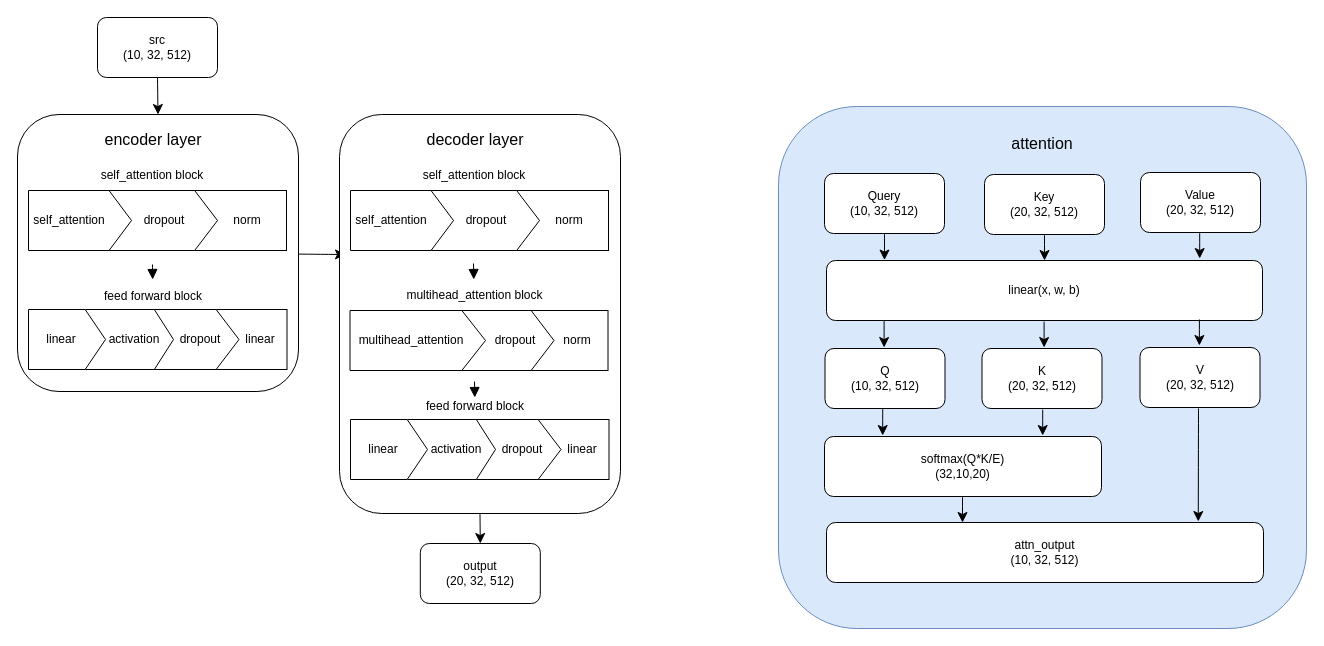
This is torch_trans1.drawio from wxxsusie/files, a draw.io file, before an edit. Source tidied: cells renumbered, new cells numbered last; positions are measured from the earlier drawing's top-left corner, leaving out a move shared by most shapes. Both pictures are drawn from the tidied source at 100%, with x=0, y=0 at pixel (17, 17).
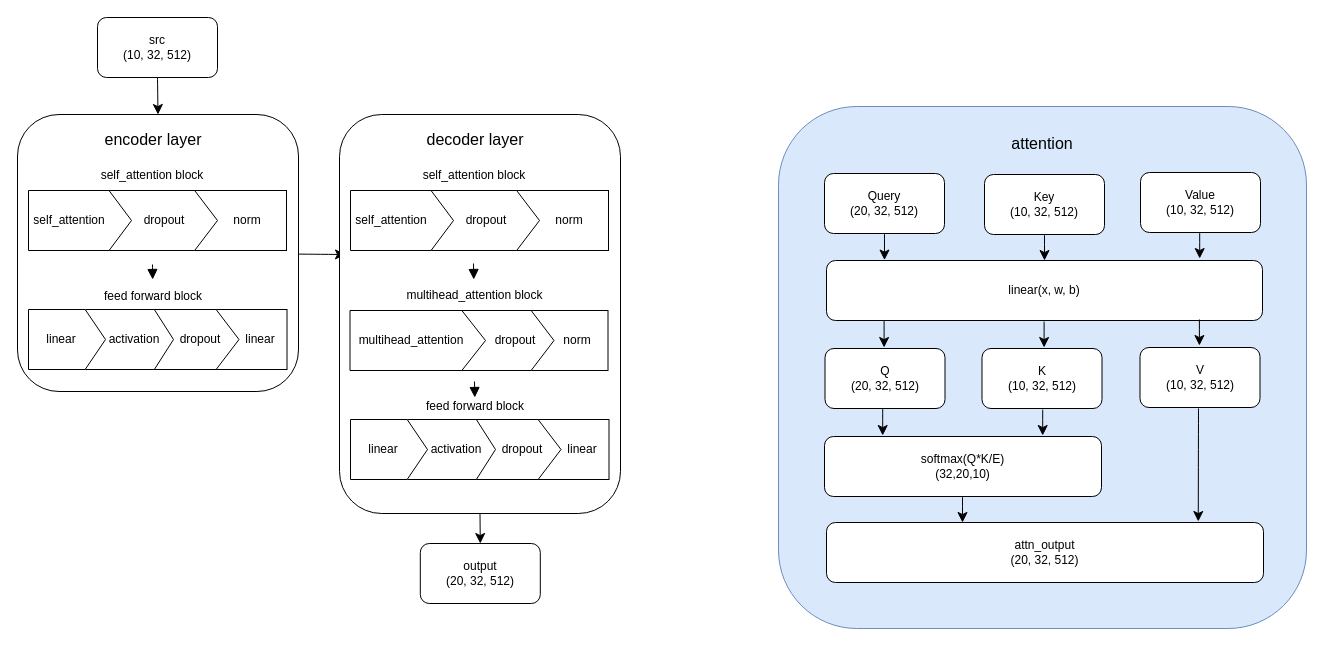
The same diagram, later.

The edit, as a diff of the source:
```diff
@@
-    <mxCell id="54" value="Query&lt;br&gt;(10, 32, 512)" style="rounded=1;whiteSpace=wrap;html=1;" parent="1" vertex="1">
+    <mxCell id="54" value="Query&lt;br&gt;(20, 32, 512)" style="rounded=1;whiteSpace=wrap;html=1;" parent="1" vertex="1">
       <mxGeometry x="807" y="156" width="120" height="60" as="geometry" />
     </mxCell>
-    <mxCell id="55" value="Key&lt;br&gt;(20, 32, 512)" style="rounded=1;whiteSpace=wrap;html=1;" parent="1" vertex="1">
+    <mxCell id="55" value="Key&lt;br&gt;(10, 32, 512)" style="rounded=1;whiteSpace=wrap;html=1;" parent="1" vertex="1">
       <mxGeometry x="967" y="157" width="120" height="60" as="geometry" />
     </mxCell>
-    <mxCell id="56" value="Value&lt;br&gt;(20, 32, 512)" style="rounded=1;whiteSpace=wrap;html=1;" parent="1" vertex="1">
+    <mxCell id="56" value="Value&lt;br&gt;(10, 32, 512)" style="rounded=1;whiteSpace=wrap;html=1;" parent="1" vertex="1">
       <mxGeometry x="1123" y="155" width="120" height="60" as="geometry" />
     </mxCell>
@@
-    <mxCell id="58" value="Q&lt;br&gt;(10, 32, 512)" style="rounded=1;whiteSpace=wrap;html=1;" parent="1" vertex="1">
+    <mxCell id="58" value="Q&lt;br&gt;(20, 32, 512)" style="rounded=1;whiteSpace=wrap;html=1;" parent="1" vertex="1">
       <mxGeometry x="807.5" y="331" width="120" height="60" as="geometry" />
     </mxCell>
-    <mxCell id="59" value="K&lt;br&gt;(20, 32, 512)" style="rounded=1;whiteSpace=wrap;html=1;" parent="1" vertex="1">
+    <mxCell id="59" value="K&lt;br&gt;(10, 32, 512)" style="rounded=1;whiteSpace=wrap;html=1;" parent="1" vertex="1">
       <mxGeometry x="964.5" y="331" width="120" height="60" as="geometry" />
     </mxCell>
-    <mxCell id="60" value="V&lt;br&gt;(20, 32, 512)" style="rounded=1;whiteSpace=wrap;html=1;" parent="1" vertex="1">
+    <mxCell id="60" value="V&lt;br&gt;(10, 32, 512)" style="rounded=1;whiteSpace=wrap;html=1;" parent="1" vertex="1">
       <mxGeometry x="1122.5" y="330" width="120" height="60" as="geometry" />
     </mxCell>
@@
-    <mxCell id="67" value="softmax(Q*K/E)&lt;br&gt;(32,10,20)" style="rounded=1;whiteSpace=wrap;html=1;" parent="1" vertex="1">
+    <mxCell id="67" value="softmax(Q*K/E)&lt;br&gt;(32,20,10)" style="rounded=1;whiteSpace=wrap;html=1;" parent="1" vertex="1">
       <mxGeometry x="807" y="419" width="277" height="60" as="geometry" />
     </mxCell>
-    <mxCell id="68" value="attn_output&lt;br&gt;(10, 32, 512)" style="rounded=1;whiteSpace=wrap;html=1;" parent="1" vertex="1">
+    <mxCell id="68" value="attn_output&lt;br&gt;(20, 32, 512)" style="rounded=1;whiteSpace=wrap;html=1;" parent="1" vertex="1">
       <mxGeometry x="809" y="505" width="437" height="60" as="geometry" />
     </mxCell>
```
